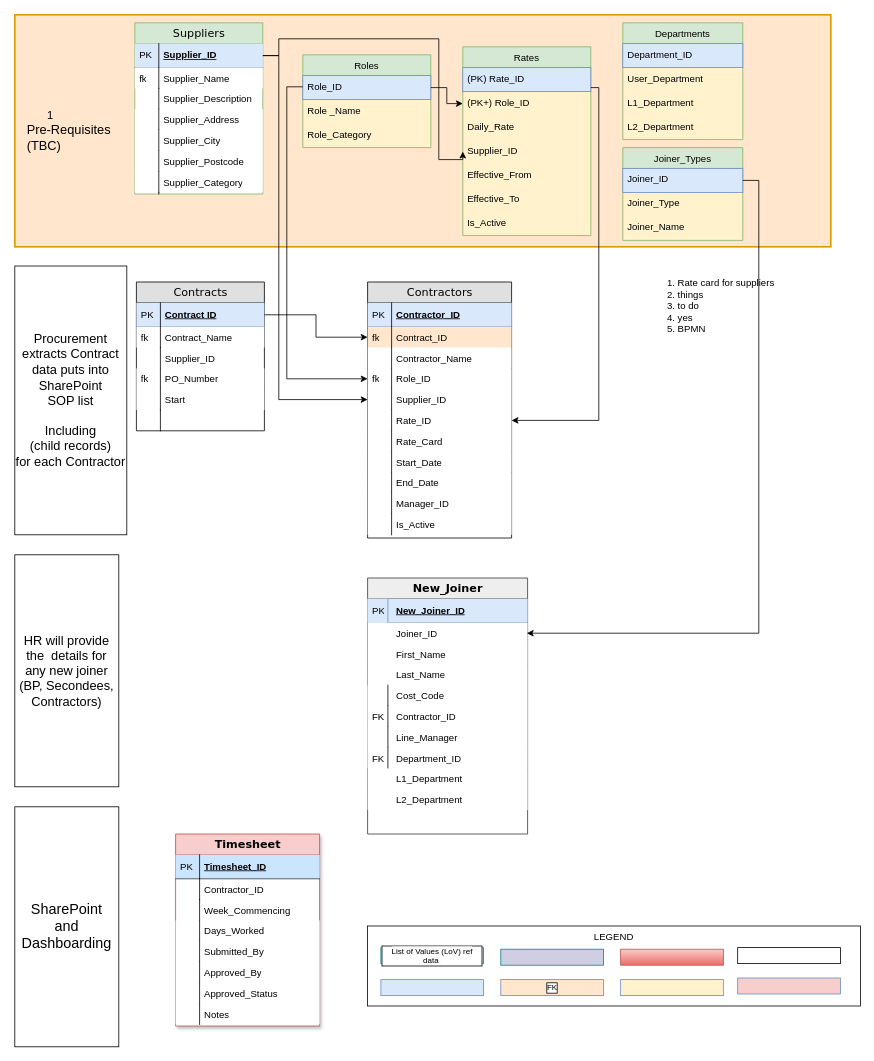
Before: page "LDM-TimeSheet" (3 of 5) of ERP_Landscape.drawio in pavasgarg/test1, a draw.io diagram. Source tidied: cells renumbered, new cells numbered last; positions are measured from the earlier drawing's top-left corner, leaving out a move shared by most shapes. Both pictures are drawn from the tidied source at 80%, with x=0, y=0 at pixel (14, 14).
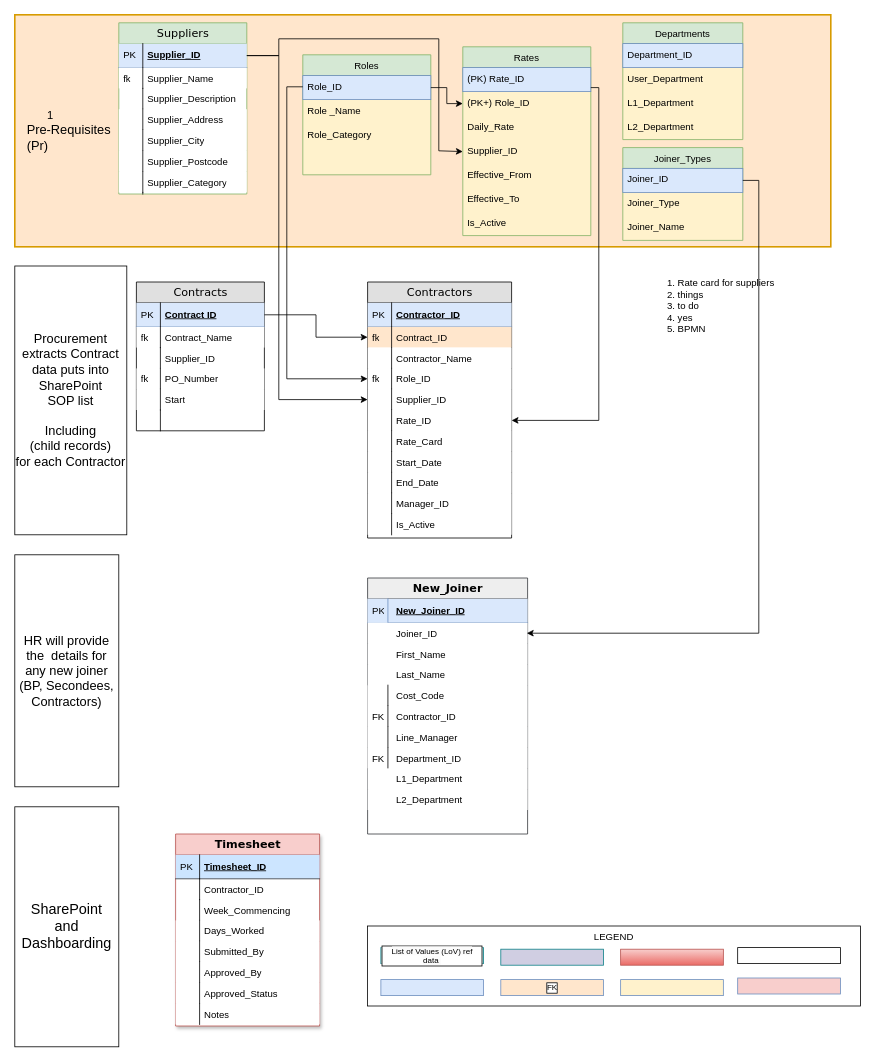
The same page after the edit.

Unchanged cells that the change refers to:
```xml
<mxCell id="85" value="Supplier_ID" style="text;strokeColor=none;fillColor=none;spacingLeft=4;spacingRight=4;overflow=hidden;points=[[0,0.5],[1,0.5]];portConstraint=eastwest;fontSize=12;" parent="81" vertex="1">
  <mxGeometry y="116" width="160" height="30" as="geometry" />
</mxCell>
<mxCell id="101" value="Supplier_ID" style="shape=partialRectangle;top=0;left=0;right=0;bottom=1;html=1;align=left;verticalAlign=middle;fillColor=#dae8fc;spacingLeft=34;spacingRight=4;whiteSpace=wrap;overflow=hidden;points=[[0,0.5],[1,0.5]];portConstraint=eastwest;fontStyle=5;strokeColor=#6c8ebf;" parent="100" vertex="1">
  <mxGeometry y="26" width="160" height="30" as="geometry" />
</mxCell>
```

The edit, as a diff of the source:
```diff
@@
-    <mxCell id="2" value="&lt;div&gt;&lt;span style=&quot;background-color: transparent; color: light-dark(rgb(0, 0, 0), rgb(255, 255, 255));&quot;&gt;&lt;font style=&quot;font-size: 14px;&quot;&gt;&amp;nbsp; &amp;nbsp; &amp;nbsp; &amp;nbsp; &amp;nbsp; 1&lt;/font&gt;&lt;/span&gt;&lt;/div&gt;&lt;div&gt;&lt;span style=&quot;background-color: transparent; color: light-dark(rgb(0, 0, 0), rgb(255, 255, 255));&quot;&gt;&lt;font size=&quot;3&quot;&gt;&amp;nbsp; &amp;nbsp;Pre-Requisites&lt;/font&gt;&lt;/span&gt;&lt;/div&gt;&lt;div&gt;&lt;span style=&quot;background-color: transparent; color: light-dark(rgb(0, 0, 0), rgb(255, 255, 255));&quot;&gt;&lt;font size=&quot;3&quot;&gt;&amp;nbsp; &amp;nbsp;(TBC)&lt;/font&gt;&lt;/span&gt;&lt;/div&gt;" style="rounded=0;whiteSpace=wrap;html=1;align=left;fillColor=#ffe6cc;strokeColor=#d79b00;strokeWidth=2;" parent="1" vertex="1">
+    <mxCell id="2" value="&lt;div&gt;&lt;span style=&quot;background-color: transparent; color: light-dark(rgb(0, 0, 0), rgb(255, 255, 255));&quot;&gt;&lt;font style=&quot;font-size: 14px;&quot;&gt;&amp;nbsp; &amp;nbsp; &amp;nbsp; &amp;nbsp; &amp;nbsp; 1&lt;/font&gt;&lt;/span&gt;&lt;/div&gt;&lt;div&gt;&lt;span style=&quot;background-color: transparent; color: light-dark(rgb(0, 0, 0), rgb(255, 255, 255));&quot;&gt;&lt;font size=&quot;3&quot;&gt;&amp;nbsp; &amp;nbsp;Pre-Requisites&lt;/font&gt;&lt;/span&gt;&lt;/div&gt;&lt;div&gt;&lt;span style=&quot;background-color: transparent; color: light-dark(rgb(0, 0, 0), rgb(255, 255, 255));&quot;&gt;&lt;font size=&quot;3&quot;&gt;&amp;nbsp; &amp;nbsp;(Pr)&lt;/font&gt;&lt;/span&gt;&lt;/div&gt;" style="rounded=0;whiteSpace=wrap;html=1;align=left;fillColor=#ffe6cc;strokeColor=#d79b00;strokeWidth=2;" parent="1" vertex="1">
       <mxGeometry width="1020" height="290" as="geometry" />
     </mxCell>
@@
     <mxCell id="43" value="Roles" style="swimlane;fontStyle=0;horizontal=1;startSize=26;align=center;fontSize=12;swimlaneFillColor=#FFF2CC;fillColor=#d5e8d4;strokeColor=#82b366;" parent="1" vertex="1">
-      <mxGeometry x="360" y="50" width="160" height="116" as="geometry" />
+      <mxGeometry x="360" y="50" width="160" height="150" as="geometry" />
     </mxCell>
@@
     <mxCell id="46" value="Role_Category" style="text;spacingLeft=4;spacingRight=4;overflow=hidden;fontSize=12;" parent="43" vertex="1">
-      <mxGeometry y="86" width="160" height="30" as="geometry" />
+      <mxGeometry y="86" width="160" height="64" as="geometry" />
     </mxCell>
@@
     <mxCell id="100" value="Suppliers" style="swimlane;html=1;fontStyle=0;horizontal=1;startSize=26;fillColor=#d5e8d4;swimlaneFillColor=#ffffff;align=center;rounded=0;shadow=0;comic=0;labelBackgroundColor=none;strokeWidth=1;fontFamily=Verdana;fontSize=14;strokeColor=#82b366;" parent="1" vertex="1">
-      <mxGeometry x="150" y="10" width="160" height="214" as="geometry" />
+      <mxGeometry x="130" y="10" width="160" height="214" as="geometry" />
     </mxCell>
@@
     <mxCell id="130" style="edgeStyle=orthogonalEdgeStyle;rounded=0;jettySize=auto;html=1;entryX=0;entryY=0.5;entryDx=0;entryDy=0;" parent="1" edge="1" source="101" target="85">
       <mxGeometry relative="1" as="geometry">
         <Array as="points">
           <mxPoint x="330" y="51" />
           <mxPoint x="330" y="30" />
           <mxPoint x="530" y="30" />
-          <mxPoint x="530" y="181" />
+          <mxPoint x="530" y="170" />
+          <mxPoint x="560" y="170" />
         </Array>
       </mxGeometry>
     </mxCell>
```
